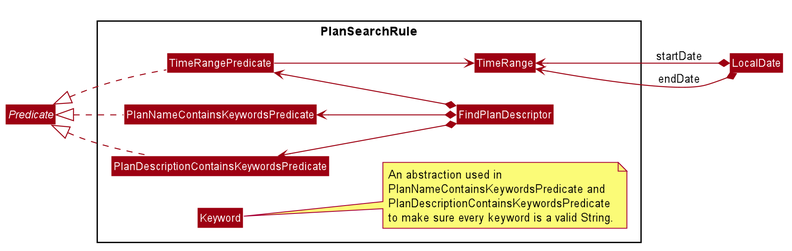
Earlier version of the PlantUML export docs/images/design/model/PlanSearchRulePackageDiagram.png (nus-cs2103-AY1920S1/addressbook-level3).
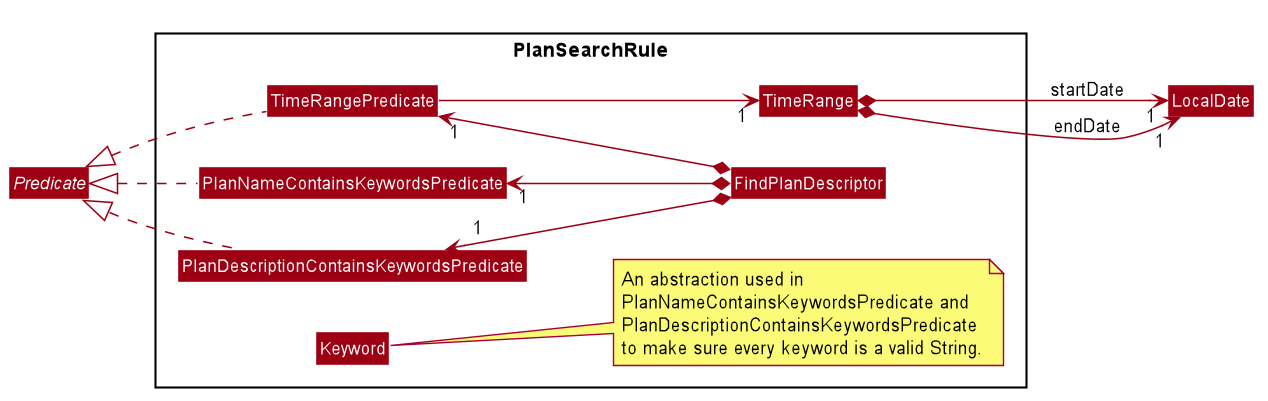
Above is the later version.

What changed in the source:
```diff
@@ -80,13 +80,13 @@
 Predicate <|.. PlanDescriptionContainsKeywordsPredicate
 Predicate <|.. TimeRangePredicate
 
-PlanNameContainsKeywordsPredicate <--* FindPlanDescriptor
-PlanDescriptionContainsKeywordsPredicate <--* FindPlanDescriptor
-TimeRangePredicate <--* FindPlanDescriptor
-TimeRange <--* LocalDate : startDate
-TimeRange <--* LocalDate : endDate
+PlanNameContainsKeywordsPredicate "1" <--* FindPlanDescriptor
+PlanDescriptionContainsKeywordsPredicate "1" <--* FindPlanDescriptor
+TimeRangePredicate "1" <--* FindPlanDescriptor
+TimeRange *--> "1" LocalDate : startDate
+TimeRange *--> "1" LocalDate : endDate
 
 
-TimeRange <-down- TimeRangePredicate
+TimeRange "1" <-down- TimeRangePredicate
 
 @enduml
```
